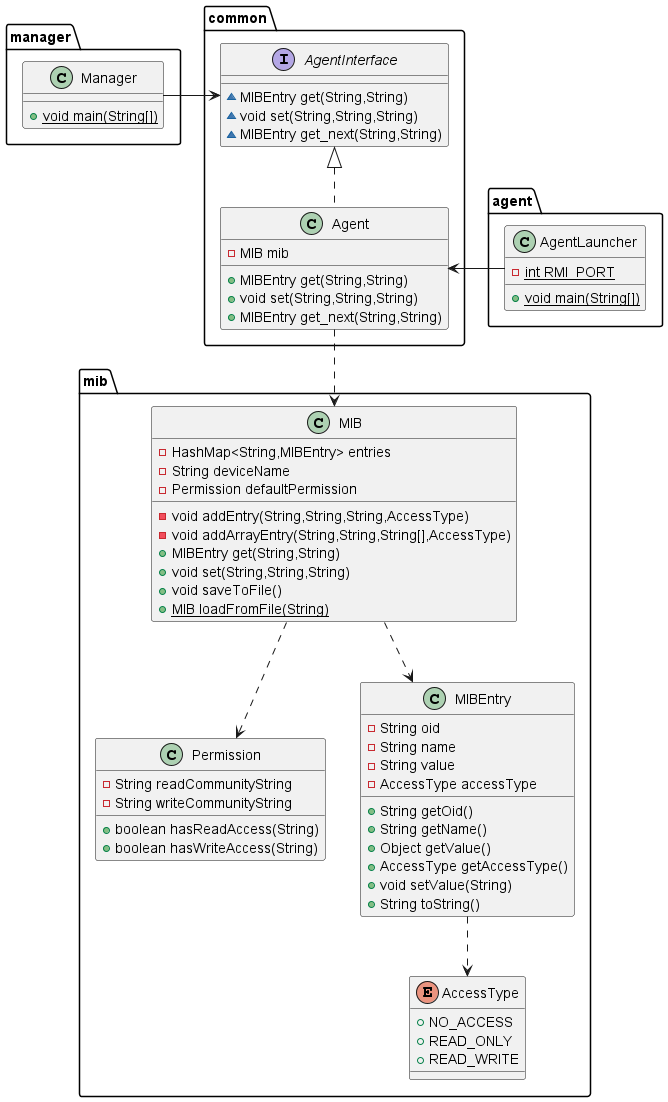
Above: UML.png in louga31/SNMP (PlantUML), before the change.
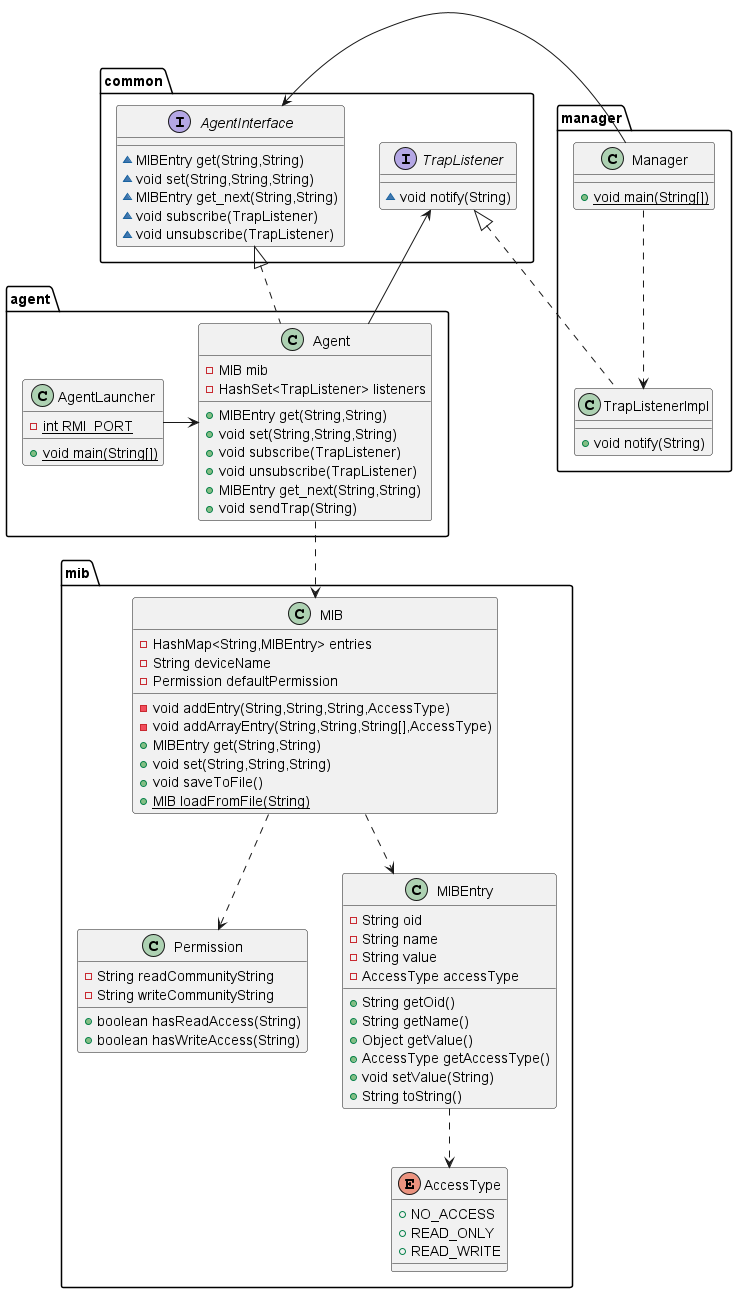
The same diagram one commit later.

Change to the diagram source:
```diff
@@ -17,6 +17,8 @@
 ~ MIBEntry get(String,String)
 ~ void set(String,String,String)
 ~ MIBEntry get_next(String,String)
+~ void subscribe(TrapListener)
+~ void unsubscribe(TrapListener)
 }
 class mib.MIBEntry {
 - String oid
@@ -30,11 +32,15 @@
 + void setValue(String)
 + String toString()
 }
-class common.Agent {
+class agent.Agent {
 - MIB mib
+- HashSet<TrapListener> listeners
 + MIBEntry get(String,String)
 + void set(String,String,String)
++ void subscribe(TrapListener)
++ void unsubscribe(TrapListener)
 + MIBEntry get_next(String,String)
++ void sendTrap(String)
 }
 class mib.MIB {
 - HashMap<String,MIBEntry> entries
@@ -47,18 +53,25 @@
 + void saveToFile()
 + {static} MIB loadFromFile(String)
 }
+interface common.TrapListener {
+~ void notify(String)
+}
 class agent.AgentLauncher {
 - {static} int RMI_PORT
 + {static} void main(String[])
 }
+class manager.TrapListenerImpl {
++ void notify(String)
+}
 
-
+agent.Agent -> common.TrapListener
 manager.Manager -> common.AgentInterface
-agent.AgentLauncher -> common.Agent
-common.AgentInterface <|.. common.Agent
-common.Agent ..> mib.MIB
+agent.AgentLauncher -> agent.Agent
+common.AgentInterface <|.. agent.Agent
+agent.Agent ..> mib.MIB
 mib.MIB ..> mib.MIBEntry
 mib.MIBEntry ..> mib.AccessType
 mib.MIB ..> mib.Permission
-
+common.TrapListener <|.. manager.TrapListenerImpl
+manager.Manager ..> manager.TrapListenerImpl
 @enduml
```
